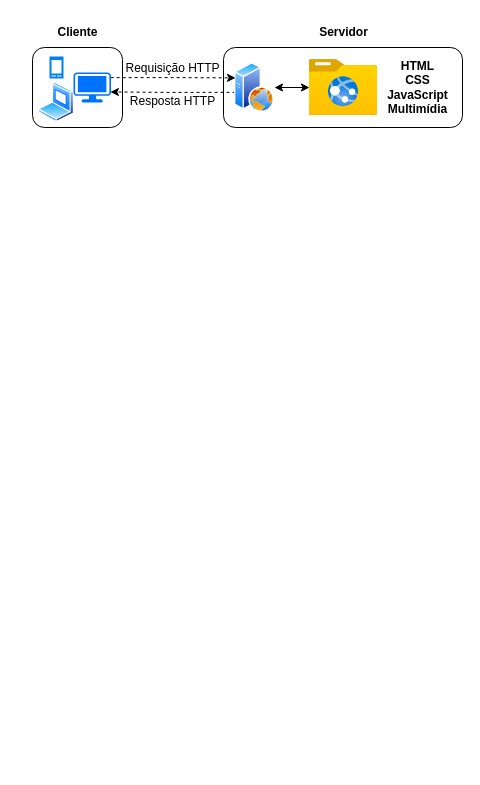
The draw.io diagram gran-aula1.drawio in daniel-souza/draw.ioimages, before the edit. Source tidied: cells renumbered, new cells numbered last; positions are measured from the earlier drawing's top-left corner, leaving out a move shared by most shapes. Both pictures are drawn from the tidied source at 100%, with x=0, y=0 at pixel (32, 17). Pictures stored in the file or linked from it are replaced by grey dashed boxes.
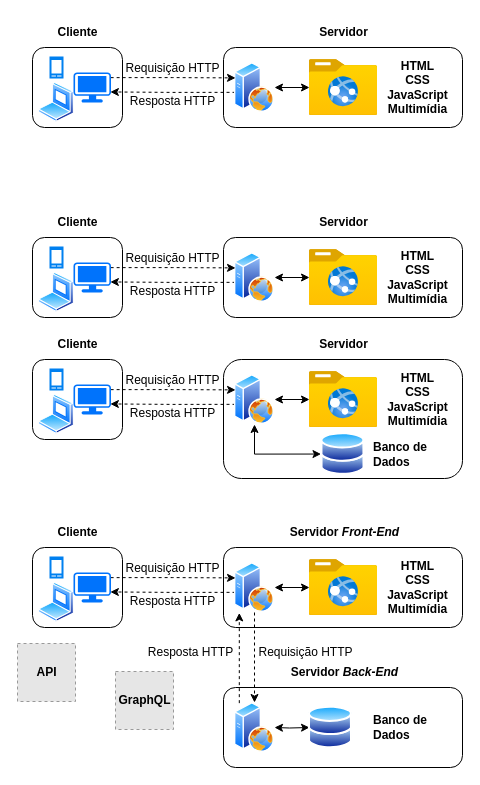
Above is the later version.

The edit, as a diff of the source:
```diff
@@
+    <mxCell id="17" style="rounded=1;whiteSpace=wrap;html=1;fontStyle=0;" parent="1" vertex="1">
+      <mxGeometry x="191" y="220" width="239" height="80" as="geometry" />
+    </mxCell>
+    <mxCell id="18" style="rounded=1;whiteSpace=wrap;html=1;fontStyle=0;" parent="1" vertex="1">
+      <mxGeometry y="220" width="90" height="80" as="geometry" />
+    </mxCell>
+    <mxCell id="19" style="edgeStyle=orthogonalEdgeStyle;rounded=0;jettySize=auto;html=1;entryX=0.983;entryY=0.648;entryDx=0;entryDy=0;entryPerimeter=0;exitX=0.026;exitY=0.597;exitDx=0;exitDy=0;exitPerimeter=0;dashed=1;" parent="1" edge="1" source="20" target="26">
+      <mxGeometry relative="1" as="geometry" />
+    </mxCell>
+    <mxCell id="20" style="image;perimeter=ellipsePerimeter;html=1;align=center;shadow=0;dashed=0;spacingTop=3;image=img/lib/active_directory/web_server.svg;" parent="1" vertex="1">
+      <mxGeometry x="202" y="235" width="40" height="50" as="geometry" />
+    </mxCell>
+    <mxCell id="21" style="edgeStyle=orthogonalEdgeStyle;rounded=0;jettySize=auto;html=1;startArrow=classic;startFill=1;" parent="1" edge="1" source="22" target="20">
+      <mxGeometry relative="1" as="geometry" />
+    </mxCell>
+    <mxCell id="22" style="image;html=1;points=[];align=center;fontSize=12;image=img/lib/azure2/general/Folder_Website.svg;" parent="1" vertex="1">
+      <mxGeometry x="277" y="232" width="68" height="56" as="geometry" />
+    </mxCell>
+    <mxCell id="23" value="HTML&lt;br&gt;CSS&lt;br&gt;JavaScript&lt;br&gt;Multimídia" style="text;html=1;align=center;verticalAlign=middle;strokeColor=none;fillColor=none;fontStyle=1;" parent="1" vertex="1">
+      <mxGeometry x="345" y="225" width="80" height="70" as="geometry" />
+    </mxCell>
+    <mxCell id="24" style="image;perimeter=ellipsePerimeter;html=1;align=center;shadow=0;dashed=0;spacingTop=3;image=img/lib/active_directory/laptop_client.svg;" parent="1" vertex="1">
+      <mxGeometry x="6" y="255" width="36" height="40" as="geometry" />
+    </mxCell>
+    <mxCell id="25" style="edgeStyle=orthogonalEdgeStyle;rounded=0;jettySize=auto;html=1;exitX=0.99;exitY=0.171;exitDx=0;exitDy=0;exitPerimeter=0;entryX=0.026;entryY=0.308;entryDx=0;entryDy=0;entryPerimeter=0;dashed=1;" parent="1" edge="1" source="26" target="20">
+      <mxGeometry relative="1" as="geometry" />
+    </mxCell>
+    <mxCell id="26" style="points=[[0.03,0.03,0],[0.5,0,0],[0.97,0.03,0],[1,0.4,0],[0.97,0.745,0],[0.5,1,0],[0.03,0.745,0],[0,0.4,0]];verticalLabelPosition=bottom;sketch=0;html=1;verticalAlign=top;align=center;shape=mxgraph.cisco19.workstation;fillColor=#0073fc;strokeColor=none;" parent="1" vertex="1">
+      <mxGeometry x="41" y="245" width="37.5" height="30" as="geometry" />
+    </mxCell>
+    <mxCell id="27" style="html=1;verticalLabelPosition=bottom;align=center;labelBackgroundColor=#ffffff;verticalAlign=top;strokeWidth=2;strokeColor=#0080F0;shadow=0;dashed=0;shape=mxgraph.ios7.icons.smartphone;" parent="1" vertex="1">
+      <mxGeometry x="18" y="230" width="12" height="20" as="geometry" />
+    </mxCell>
+    <mxCell id="28" value="Requisição HTTP" style="text;html=1;align=center;verticalAlign=middle;strokeColor=none;fillColor=none;" parent="1" vertex="1">
+      <mxGeometry x="79.5" y="226" width="120" height="30" as="geometry" />
+    </mxCell>
+    <mxCell id="29" value="Resposta HTTP" style="text;html=1;align=center;verticalAlign=middle;strokeColor=none;fillColor=none;" parent="1" vertex="1">
+      <mxGeometry x="84.5" y="259" width="110" height="30" as="geometry" />
+    </mxCell>
+    <mxCell id="30" value="Cliente" style="text;html=1;align=center;verticalAlign=middle;strokeColor=none;fillColor=none;fontStyle=1;" parent="1" vertex="1">
+      <mxGeometry x="15" y="190" width="60" height="30" as="geometry" />
+    </mxCell>
+    <mxCell id="31" value="Servidor" style="text;html=1;align=center;verticalAlign=middle;strokeColor=none;fillColor=none;fontStyle=1;" parent="1" vertex="1">
+      <mxGeometry x="276" y="190" width="70" height="30" as="geometry" />
+    </mxCell>
+    <mxCell id="32" style="rounded=1;whiteSpace=wrap;html=1;fontStyle=0;" parent="1" vertex="1">
+      <mxGeometry x="191" y="342" width="239" height="119" as="geometry" />
+    </mxCell>
+    <mxCell id="33" style="rounded=1;whiteSpace=wrap;html=1;fontStyle=0;" parent="1" vertex="1">
+      <mxGeometry y="342" width="90" height="80" as="geometry" />
+    </mxCell>
+    <mxCell id="34" style="edgeStyle=orthogonalEdgeStyle;rounded=0;jettySize=auto;html=1;entryX=0.983;entryY=0.648;entryDx=0;entryDy=0;entryPerimeter=0;exitX=0.026;exitY=0.597;exitDx=0;exitDy=0;exitPerimeter=0;dashed=1;" parent="1" edge="1" source="36" target="42">
+      <mxGeometry relative="1" as="geometry" />
+    </mxCell>
+    <mxCell id="35" style="edgeStyle=orthogonalEdgeStyle;rounded=0;jettySize=auto;html=1;entryX=0;entryY=0.5;entryDx=0;entryDy=0;exitX=0.5;exitY=1;exitDx=0;exitDy=0;startArrow=classic;startFill=1;" parent="1" edge="1" source="36" target="48">
+      <mxGeometry relative="1" as="geometry" />
+    </mxCell>
+    <mxCell id="36" style="image;perimeter=ellipsePerimeter;html=1;align=center;shadow=0;dashed=0;spacingTop=3;image=img/lib/active_directory/web_server.svg;" parent="1" vertex="1">
+      <mxGeometry x="202" y="357" width="40" height="50" as="geometry" />
+    </mxCell>
+    <mxCell id="37" style="edgeStyle=orthogonalEdgeStyle;rounded=0;jettySize=auto;html=1;startArrow=classic;startFill=1;" parent="1" edge="1" source="38" target="36">
+      <mxGeometry relative="1" as="geometry" />
+    </mxCell>
+    <mxCell id="38" style="image;html=1;points=[];align=center;fontSize=12;image=img/lib/azure2/general/Folder_Website.svg;" parent="1" vertex="1">
+      <mxGeometry x="277" y="354" width="68" height="56" as="geometry" />
+    </mxCell>
+    <mxCell id="39" value="HTML&lt;br&gt;CSS&lt;br&gt;JavaScript&lt;br&gt;Multimídia" style="text;html=1;align=center;verticalAlign=middle;strokeColor=none;fillColor=none;fontStyle=1;" parent="1" vertex="1">
+      <mxGeometry x="345" y="347" width="80" height="70" as="geometry" />
+    </mxCell>
+    <mxCell id="40" style="image;perimeter=ellipsePerimeter;html=1;align=center;shadow=0;dashed=0;spacingTop=3;image=img/lib/active_directory/laptop_client.svg;" parent="1" vertex="1">
+      <mxGeometry x="6" y="377" width="36" height="40" as="geometry" />
+    </mxCell>
+    <mxCell id="41" style="edgeStyle=orthogonalEdgeStyle;rounded=0;jettySize=auto;html=1;exitX=0.99;exitY=0.171;exitDx=0;exitDy=0;exitPerimeter=0;entryX=0.026;entryY=0.308;entryDx=0;entryDy=0;entryPerimeter=0;dashed=1;" parent="1" edge="1" source="42" target="36">
+      <mxGeometry relative="1" as="geometry" />
+    </mxCell>
+    <mxCell id="42" style="points=[[0.03,0.03,0],[0.5,0,0],[0.97,0.03,0],[1,0.4,0],[0.97,0.745,0],[0.5,1,0],[0.03,0.745,0],[0,0.4,0]];verticalLabelPosition=bottom;sketch=0;html=1;verticalAlign=top;align=center;shape=mxgraph.cisco19.workstation;fillColor=#0073fc;strokeColor=none;" parent="1" vertex="1">
+      <mxGeometry x="41" y="367" width="37.5" height="30" as="geometry" />
+    </mxCell>
+    <mxCell id="43" style="html=1;verticalLabelPosition=bottom;align=center;labelBackgroundColor=#ffffff;verticalAlign=top;strokeWidth=2;strokeColor=#0080F0;shadow=0;dashed=0;shape=mxgraph.ios7.icons.smartphone;" parent="1" vertex="1">
+      <mxGeometry x="18" y="352" width="12" height="20" as="geometry" />
+    </mxCell>
+    <mxCell id="44" value="Requisição HTTP" style="text;html=1;align=center;verticalAlign=middle;strokeColor=none;fillColor=none;" parent="1" vertex="1">
+      <mxGeometry x="79.5" y="348" width="120" height="30" as="geometry" />
+    </mxCell>
+    <mxCell id="45" value="Resposta HTTP" style="text;html=1;align=center;verticalAlign=middle;strokeColor=none;fillColor=none;" parent="1" vertex="1">
+      <mxGeometry x="84.5" y="381" width="110" height="30" as="geometry" />
+    </mxCell>
+    <mxCell id="46" value="Cliente" style="text;html=1;align=center;verticalAlign=middle;strokeColor=none;fillColor=none;fontStyle=1;" parent="1" vertex="1">
+      <mxGeometry x="15" y="312" width="60" height="30" as="geometry" />
+    </mxCell>
+    <mxCell id="47" value="Servidor" style="text;html=1;align=center;verticalAlign=middle;strokeColor=none;fillColor=none;fontStyle=1;" parent="1" vertex="1">
+      <mxGeometry x="276" y="312" width="70" height="30" as="geometry" />
+    </mxCell>
+    <mxCell id="48" style="image;perimeter=ellipsePerimeter;html=1;align=center;shadow=0;dashed=0;spacingTop=3;image=img/lib/active_directory/databases.svg;" parent="1" vertex="1">
+      <mxGeometry x="288.5" y="415" width="44" height="43.1" as="geometry" />
+    </mxCell>
+    <mxCell id="49" value="Banco de&lt;br&gt;Dados" style="text;html=1;align=left;verticalAlign=middle;strokeColor=none;fillColor=none;fontStyle=1;" parent="1" vertex="1">
+      <mxGeometry x="339" y="416.1" width="72" height="41" as="geometry" />
+    </mxCell>
+    <mxCell id="50" style="rounded=1;whiteSpace=wrap;html=1;fontStyle=0;" parent="1" vertex="1">
+      <mxGeometry x="191" y="530" width="239" height="80" as="geometry" />
+    </mxCell>
+    <mxCell id="51" style="rounded=1;whiteSpace=wrap;html=1;fontStyle=0;" parent="1" vertex="1">
+      <mxGeometry y="530" width="90" height="80" as="geometry" />
+    </mxCell>
+    <mxCell id="52" style="edgeStyle=orthogonalEdgeStyle;rounded=0;jettySize=auto;html=1;entryX=0.983;entryY=0.648;entryDx=0;entryDy=0;entryPerimeter=0;exitX=0.026;exitY=0.597;exitDx=0;exitDy=0;exitPerimeter=0;dashed=1;" parent="1" edge="1" source="53" target="59">
+      <mxGeometry relative="1" as="geometry" />
+    </mxCell>
+    <mxCell id="53" style="image;perimeter=ellipsePerimeter;html=1;align=center;shadow=0;dashed=0;spacingTop=3;image=img/lib/active_directory/web_server.svg;" parent="1" vertex="1">
+      <mxGeometry x="202" y="545" width="40" height="50" as="geometry" />
+    </mxCell>
+    <mxCell id="54" style="edgeStyle=orthogonalEdgeStyle;rounded=0;jettySize=auto;html=1;startArrow=classic;startFill=1;" parent="1" edge="1" source="55" target="53">
+      <mxGeometry relative="1" as="geometry" />
+    </mxCell>
+    <mxCell id="55" style="image;html=1;points=[];align=center;fontSize=12;image=img/lib/azure2/general/Folder_Website.svg;" parent="1" vertex="1">
+      <mxGeometry x="277" y="542" width="68" height="56" as="geometry" />
+    </mxCell>
+    <mxCell id="56" value="HTML&lt;br&gt;CSS&lt;br&gt;JavaScript&lt;br&gt;Multimídia" style="text;html=1;align=center;verticalAlign=middle;strokeColor=none;fillColor=none;fontStyle=1;" parent="1" vertex="1">
+      <mxGeometry x="345" y="535" width="80" height="70" as="geometry" />
+    </mxCell>
+    <mxCell id="57" style="image;perimeter=ellipsePerimeter;html=1;align=center;shadow=0;dashed=0;spacingTop=3;image=img/lib/active_directory/laptop_client.svg;" parent="1" vertex="1">
+      <mxGeometry x="6" y="565" width="36" height="40" as="geometry" />
+    </mxCell>
+    <mxCell id="58" style="edgeStyle=orthogonalEdgeStyle;rounded=0;jettySize=auto;html=1;exitX=0.99;exitY=0.171;exitDx=0;exitDy=0;exitPerimeter=0;entryX=0.026;entryY=0.308;entryDx=0;entryDy=0;entryPerimeter=0;dashed=1;" parent="1" edge="1" source="59" target="53">
+      <mxGeometry relative="1" as="geometry" />
+    </mxCell>
+    <mxCell id="59" style="points=[[0.03,0.03,0],[0.5,0,0],[0.97,0.03,0],[1,0.4,0],[0.97,0.745,0],[0.5,1,0],[0.03,0.745,0],[0,0.4,0]];verticalLabelPosition=bottom;sketch=0;html=1;verticalAlign=top;align=center;shape=mxgraph.cisco19.workstation;fillColor=#0073fc;strokeColor=none;" parent="1" vertex="1">
+      <mxGeometry x="41" y="555" width="37.5" height="30" as="geometry" />
+    </mxCell>
+    <mxCell id="60" style="html=1;verticalLabelPosition=bottom;align=center;labelBackgroundColor=#ffffff;verticalAlign=top;strokeWidth=2;strokeColor=#0080F0;shadow=0;dashed=0;shape=mxgraph.ios7.icons.smartphone;" parent="1" vertex="1">
+      <mxGeometry x="18" y="540" width="12" height="20" as="geometry" />
+    </mxCell>
+    <mxCell id="61" value="Requisição HTTP" style="text;html=1;align=center;verticalAlign=middle;strokeColor=none;fillColor=none;" parent="1" vertex="1">
+      <mxGeometry x="79.5" y="536" width="120" height="30" as="geometry" />
+    </mxCell>
+    <mxCell id="62" value="Resposta HTTP" style="text;html=1;align=center;verticalAlign=middle;strokeColor=none;fillColor=none;" parent="1" vertex="1">
+      <mxGeometry x="84.5" y="569" width="110" height="30" as="geometry" />
+    </mxCell>
+    <mxCell id="63" value="Cliente" style="text;html=1;align=center;verticalAlign=middle;strokeColor=none;fillColor=none;fontStyle=1;" parent="1" vertex="1">
+      <mxGeometry x="15" y="500" width="60" height="30" as="geometry" />
+    </mxCell>
+    <mxCell id="64" value="Servidor &lt;i&gt;Front-End&lt;/i&gt;" style="text;html=1;align=center;verticalAlign=middle;strokeColor=none;fillColor=none;fontStyle=1;" parent="1" vertex="1">
+      <mxGeometry x="248" y="502" width="127" height="26" as="geometry" />
+    </mxCell>
+    <mxCell id="65" style="rounded=1;whiteSpace=wrap;html=1;fontStyle=0;" parent="1" vertex="1">
+      <mxGeometry x="191" y="670" width="239" height="80" as="geometry" />
+    </mxCell>
+    <mxCell id="66" style="edgeStyle=orthogonalEdgeStyle;rounded=0;jettySize=auto;html=1;exitX=0.12;exitY=0.013;exitDx=0;exitDy=0;entryX=0.12;entryY=1.008;entryDx=0;entryDy=0;entryPerimeter=0;exitPerimeter=0;dashed=1;" parent="1" edge="1" source="67" target="53">
+      <mxGeometry relative="1" as="geometry" />
+    </mxCell>
+    <mxCell id="67" style="image;perimeter=ellipsePerimeter;html=1;align=center;shadow=0;dashed=0;spacingTop=3;image=img/lib/active_directory/web_server.svg;" parent="1" vertex="1">
+      <mxGeometry x="202" y="685" width="40" height="50" as="geometry" />
+    </mxCell>
+    <mxCell id="68" style="edgeStyle=orthogonalEdgeStyle;rounded=0;jettySize=auto;html=1;startArrow=classic;startFill=1;" parent="1" edge="1" target="67">
+      <mxGeometry relative="1" as="geometry">
+        <mxPoint x="277" y="710" as="sourcePoint" />
+      </mxGeometry>
+    </mxCell>
+    <mxCell id="69" value="Servidor &lt;i&gt;Back-End&lt;/i&gt;" style="text;html=1;align=center;verticalAlign=middle;strokeColor=none;fillColor=none;fontStyle=1;" parent="1" vertex="1">
+      <mxGeometry x="249" y="642" width="125" height="26" as="geometry" />
+    </mxCell>
+    <mxCell id="70" style="image;perimeter=ellipsePerimeter;html=1;align=center;shadow=0;dashed=0;spacingTop=3;image=img/lib/active_directory/databases.svg;" parent="1" vertex="1">
+      <mxGeometry x="276" y="688.4" width="44" height="43.1" as="geometry" />
+    </mxCell>
+    <mxCell id="71" value="Banco de&lt;br&gt;Dados" style="text;html=1;align=left;verticalAlign=middle;strokeColor=none;fillColor=none;fontStyle=1;" parent="1" vertex="1">
+      <mxGeometry x="339" y="689.5" width="72" height="41" as="geometry" />
+    </mxCell>
+    <mxCell id="72" style="edgeStyle=orthogonalEdgeStyle;rounded=0;jettySize=auto;html=1;dashed=1;" parent="1" edge="1" source="53" target="67">
+      <mxGeometry relative="1" as="geometry" />
+    </mxCell>
+    <mxCell id="73" value="Requisição HTTP" style="text;html=1;align=center;verticalAlign=middle;strokeColor=none;fillColor=none;" parent="1" vertex="1">
+      <mxGeometry x="212.5" y="620" width="120" height="30" as="geometry" />
+    </mxCell>
+    <mxCell id="74" value="Resposta HTTP" style="text;html=1;align=center;verticalAlign=middle;strokeColor=none;fillColor=none;" parent="1" vertex="1">
+      <mxGeometry x="102.5" y="620" width="110" height="30" as="geometry" />
+    </mxCell>
+    <mxCell id="75" style="group;" parent="1" vertex="1">
+      <mxGeometry x="-15" y="626" width="58" height="58" as="geometry" />
+    </mxCell>
+    <mxCell id="76" style="fillColor=#E6E6E6;strokeColor=#999999;dashed=1;html=1;verticalAlign=top;verticalLabelPosition=bottom;labelBackgroundColor=#ffffff;" parent="75" vertex="1">
+      <mxGeometry width="58" height="58" as="geometry" />
+    </mxCell>
+    <mxCell id="77" value="API" style="text;html=1;align=center;verticalAlign=middle;strokeColor=none;fillColor=none;fontStyle=1;" parent="75" vertex="1">
+      <mxGeometry x="10" y="16" width="38" height="26" as="geometry" />
+    </mxCell>
+    <mxCell id="78" style="group;" parent="1" vertex="1">
+      <mxGeometry x="83" y="654" width="64" height="58" as="geometry" />
+    </mxCell>
+    <mxCell id="79" style="fillColor=#E6E6E6;strokeColor=#999999;dashed=1;html=1;verticalAlign=top;verticalLabelPosition=bottom;labelBackgroundColor=#ffffff;" parent="78" vertex="1">
+      <mxGeometry width="58" height="58" as="geometry" />
+    </mxCell>
+    <mxCell id="80" value="GraphQL" style="text;html=1;align=center;verticalAlign=middle;strokeColor=none;fillColor=none;fontStyle=1;" parent="78" vertex="1">
+      <mxGeometry x="-6" y="16" width="70" height="26" as="geometry" />
+    </mxCell>
```
